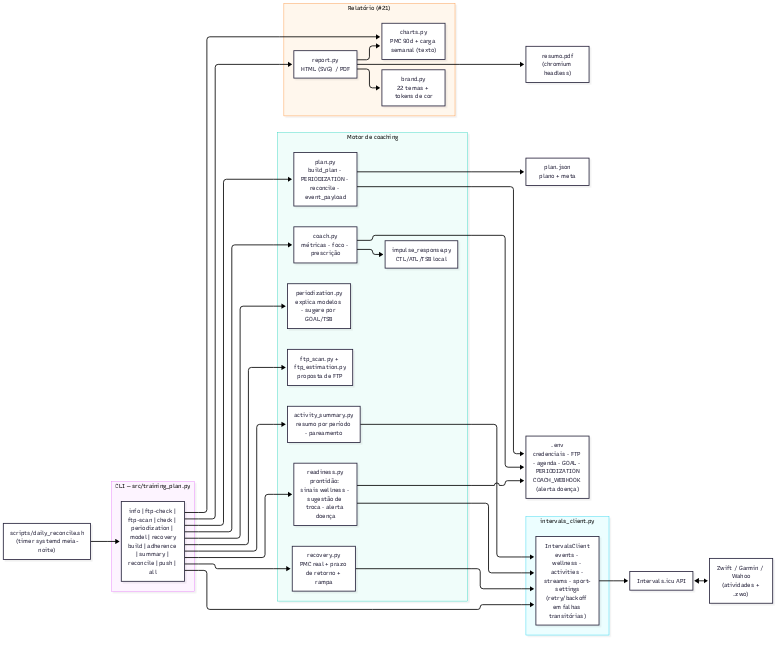
Before: docs/diagramas/componentes.png, a diagram exported from Mermaid (valdelin/Hermes-coach). Its source is kept beside it as docs/diagramas/componentes.mmd.
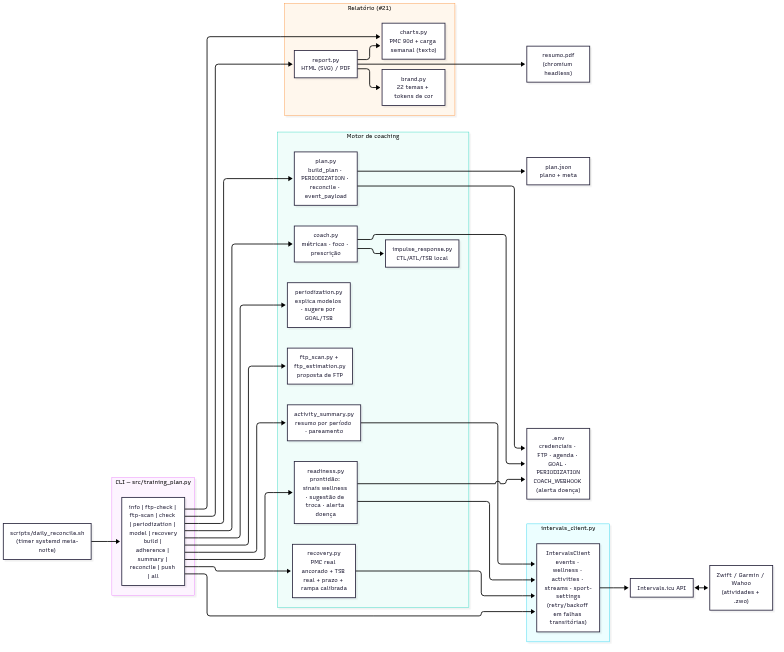
Later version of the same file.

What changed in the source:
```diff
@@ -9,7 +9,7 @@
         IR["impulse_response.py<br/>CTL/ATL/TSB local"]
         FTPS["ftp_scan.py + ftp_estimation.py<br/>proposta de FTP"]
         AS["activity_summary.py<br/>resumo por período · pareamento"]
-        REC["recovery.py<br/>PMC real + prazo de retorno + rampa"]
+        REC["recovery.py<br/>PMC real ancorado + TSB real + prazo + rampa calibrada"]
         RD["readiness.py<br/>prontidão: sinais wellness · sugestão de troca · alerta doença"]
         PER["periodization.py<br/>explica modelos · sugere por GOAL/TSB"]
     end
```
